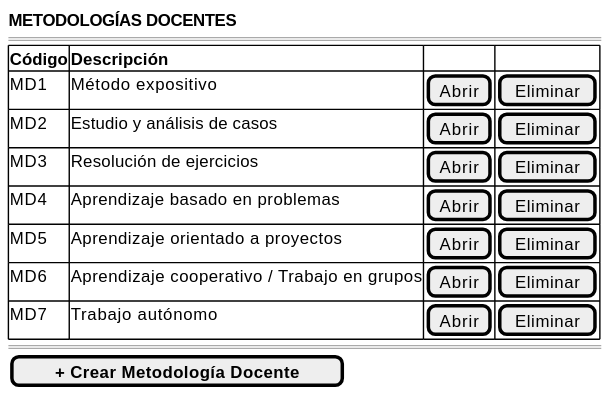
Before: images/RUP/01-requisitos/03-detalle-casos-uso/abrirMetodologiasDocentes/wireframe.svg, a diagram exported from PlantUML (mmasias/pyCeldaPublico). Its diagram source:
```plantuml
@startsalt abrirMetodologiasDocentes-wireframe
{
    <b>METODOLOGÍAS DOCENTES</b>
    ====
    {#
        <b>Código | <b>Descripción | . | .
        MD1 | Método expositivo | [Abrir] | [Eliminar]
        MD2 | Estudio y análisis de casos | [Abrir] | [Eliminar]
        MD3 | Resolución de ejercicios | [Abrir] | [Eliminar]
        MD4 | Aprendizaje basado en problemas | [Abrir] | [Eliminar]
        MD5 | Aprendizaje orientado a proyectos | [Abrir] | [Eliminar]
        MD6 | Aprendizaje cooperativo / Trabajo en grupos | [Abrir] | [Eliminar]
        MD7 | Trabajo autónomo | [Abrir] | [Eliminar]
    }
    ====
    [ <b>+ Crear Metodología Docente</b> ]
}
@endsalt
```
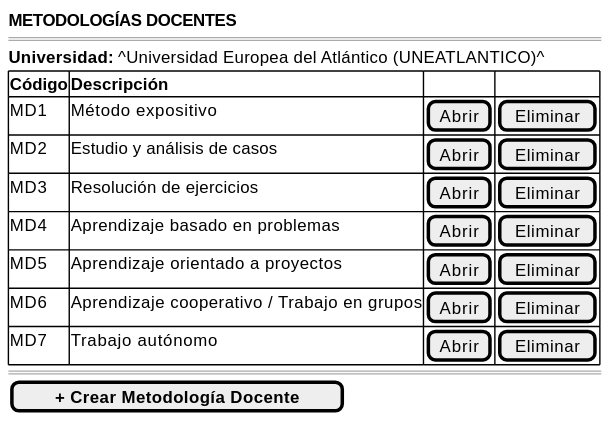
After the commit.

Change to the diagram source:
```diff
@@ -2,6 +2,7 @@
 {
     <b>METODOLOGÍAS DOCENTES</b>
     ====
+    <b>Universidad:</b> ^Universidad Europea del Atlántico (UNEATLANTICO)^
     {#
         <b>Código | <b>Descripción | . | .
         MD1 | Método expositivo | [Abrir] | [Eliminar]
```
